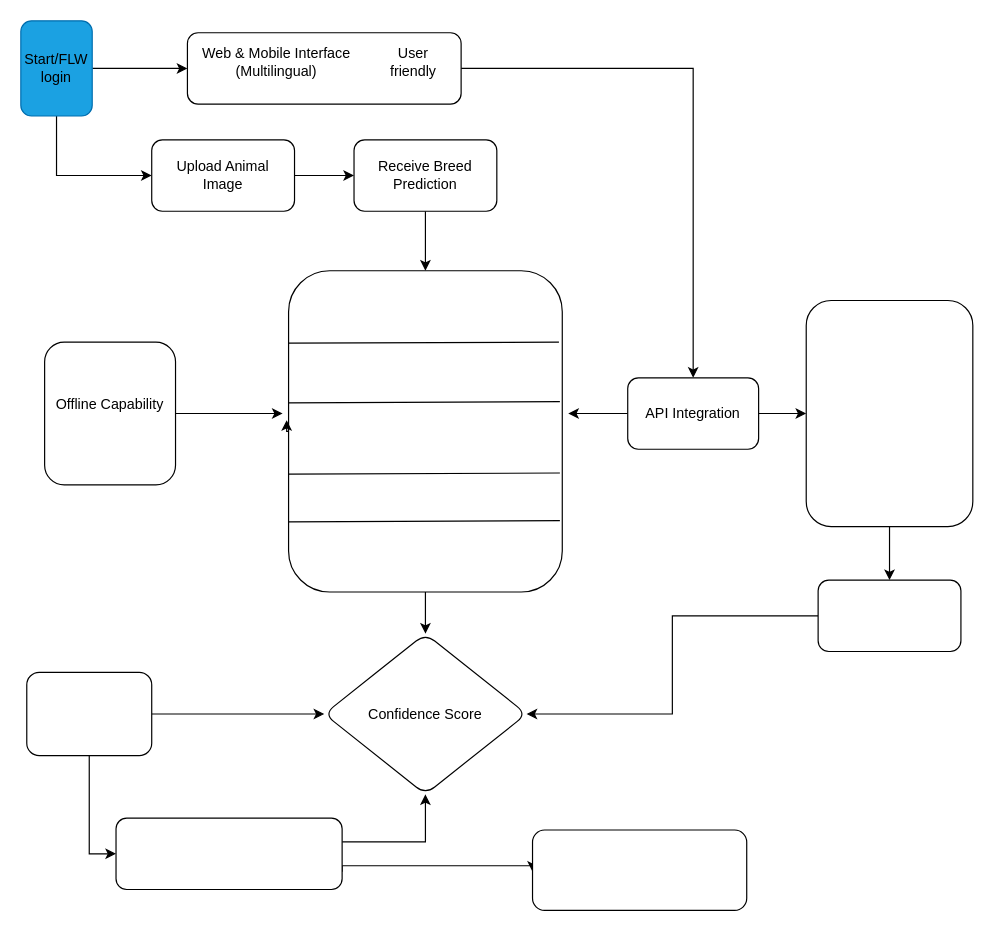
The draw.io diagram Untitled Diagram.drawio in Pradhumnamalviya/cattle-breed-demo, before the edit. Source tidied: cells renumbered, new cells numbered last; positions are measured from the earlier drawing's top-left corner, leaving out a move shared by most shapes. Both pictures are drawn from the tidied source at 119%, with x=0, y=0 at pixel (20, 20).
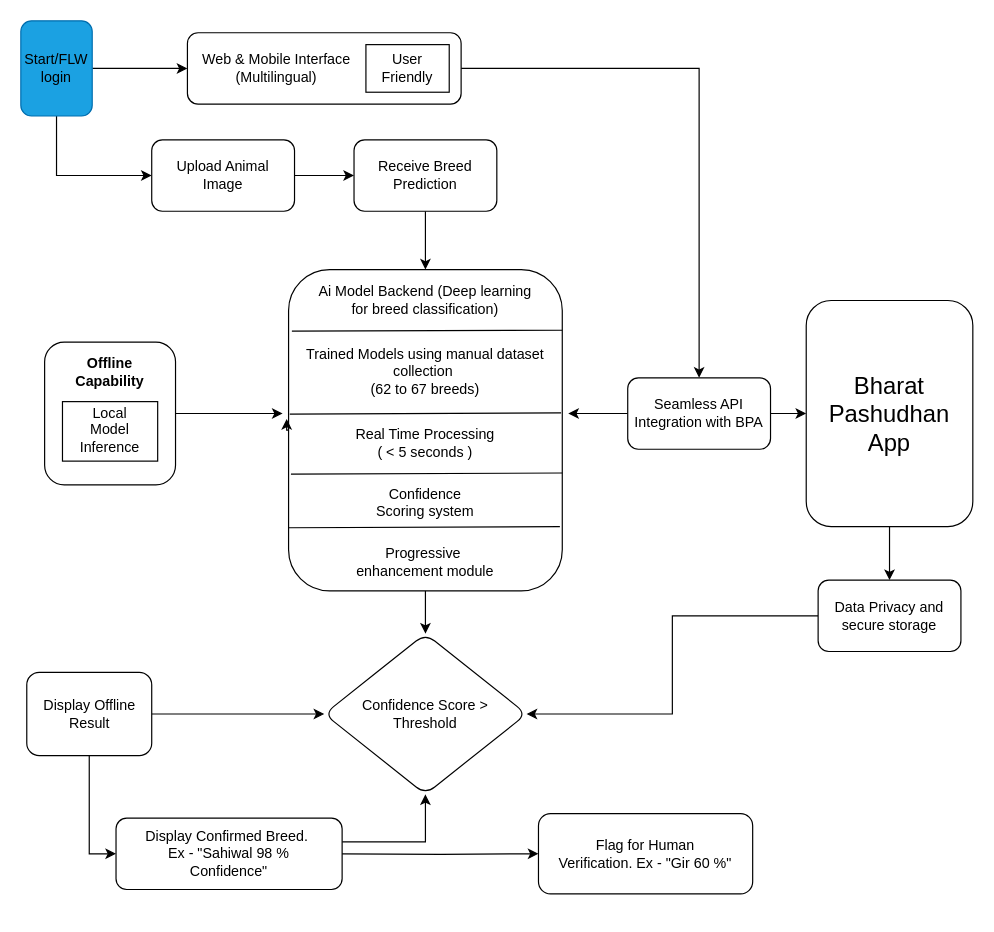
The same diagram, later.

The change refers to these unchanged cells:
```xml
<mxCell id="34" style="rounded=1;whiteSpace=wrap;html=1;" parent="1" vertex="1">
  <mxGeometry x="80" y="670" width="190" height="60" as="geometry" />
</mxCell>
```

What changed in the source:
```diff
@@
-    <mxCell id="9" value="API Integration" style="whiteSpace=wrap;html=1;rounded=1;" parent="1" vertex="1">
-      <mxGeometry x="510" y="300" width="110" height="60" as="geometry" />
+    <mxCell id="9" value="Seamless API Integration with BPA" style="whiteSpace=wrap;html=1;rounded=1;" parent="1" vertex="1">
+      <mxGeometry x="510" y="300" width="120" height="60" as="geometry" />
     </mxCell>
@@
-    <mxCell id="11" style="whiteSpace=wrap;html=1;rounded=1;direction=south;" parent="1" vertex="1">
+    <mxCell id="11" value="&lt;font style=&quot;font-size: 20px;&quot;&gt;Bharat Pashudhan App&lt;/font&gt;" style="whiteSpace=wrap;html=1;rounded=1;direction=south;" parent="1" vertex="1">
       <mxGeometry x="660" y="235" width="140" height="190" as="geometry" />
     </mxCell>
@@
     <mxCell id="17" style="whiteSpace=wrap;html=1;rounded=1;" parent="1" vertex="1">
-      <mxGeometry x="225" y="210" width="230" height="270" as="geometry" />
+      <mxGeometry x="225" y="209" width="230" height="270" as="geometry" />
     </mxCell>
@@
     <mxCell id="20" style="endArrow=none;html=1;rounded=0;entryX=1.003;entryY=0.153;entryDx=0;entryDy=0;entryPerimeter=0;exitX=0.015;exitY=0.156;exitDx=0;exitDy=0;exitPerimeter=0;elbow=vertical;" parent="1" edge="1">
       <mxGeometry relative="1" as="geometry">
-        <mxPoint x="225" y="270.8" as="sourcePoint" />
-        <mxPoint x="452.2" y="270" as="targetPoint" />
+        <mxPoint x="227.8" y="260.8" as="sourcePoint" />
+        <mxPoint x="455" y="260" as="targetPoint" />
       </mxGeometry>
     </mxCell>
     <mxCell id="21" style="endArrow=none;html=1;rounded=0;entryX=1.003;entryY=0.153;entryDx=0;entryDy=0;entryPerimeter=0;exitX=0.015;exitY=0.156;exitDx=0;exitDy=0;exitPerimeter=0;elbow=vertical;" parent="1" edge="1">
       <mxGeometry relative="1" as="geometry">
-        <mxPoint x="225" y="321" as="sourcePoint" />
-        <mxPoint x="453" y="320" as="targetPoint" />
+        <mxPoint x="226" y="330.5" as="sourcePoint" />
+        <mxPoint x="454" y="329.5" as="targetPoint" />
       </mxGeometry>
     </mxCell>
-    <mxCell id="22" style="endArrow=none;html=1;rounded=0;entryX=1.003;entryY=0.153;entryDx=0;entryDy=0;entryPerimeter=0;exitX=0.015;exitY=0.156;exitDx=0;exitDy=0;exitPerimeter=0;elbow=vertical;" parent="1" edge="1">
-      <mxGeometry relative="1" as="geometry">
-        <mxPoint x="225" y="381" as="sourcePoint" />
-        <mxPoint x="453" y="380" as="targetPoint" />
-      </mxGeometry>
-    </mxCell>
     <mxCell id="23" style="endArrow=none;html=1;rounded=0;entryX=1.003;entryY=0.153;entryDx=0;entryDy=0;entryPerimeter=0;exitX=0.015;exitY=0.156;exitDx=0;exitDy=0;exitPerimeter=0;elbow=vertical;" parent="1" edge="1">
       <mxGeometry relative="1" as="geometry">
-        <mxPoint x="225" y="421" as="sourcePoint" />
-        <mxPoint x="453" y="420" as="targetPoint" />
+        <mxPoint x="225" y="426" as="sourcePoint" />
+        <mxPoint x="453" y="425" as="targetPoint" />
       </mxGeometry>
     </mxCell>
@@
-    <mxCell id="25" value="Offline Capability&lt;div&gt;&lt;br&gt;&lt;/div&gt;" style="rounded=1;whiteSpace=wrap;html=1;direction=south;" parent="1" vertex="1">
+    <mxCell id="25" style="rounded=1;whiteSpace=wrap;html=1;direction=south;" parent="1" vertex="1">
       <mxGeometry x="20" y="270" width="110" height="120" as="geometry" />
     </mxCell>
-    <mxCell id="26" value="Confidence Score" style="rhombus;whiteSpace=wrap;html=1;rounded=1;" parent="1" vertex="1">
+    <mxCell id="26" style="rhombus;whiteSpace=wrap;html=1;rounded=1;" parent="1" vertex="1">
       <mxGeometry x="255" y="515" width="170" height="135" as="geometry" />
     </mxCell>
@@
-    <mxCell id="33" style="edgeStyle=orthogonalEdgeStyle;rounded=0;jettySize=auto;html=1;exitX=1;exitY=0.75;exitDx=0;exitDy=0;" parent="1" edge="1" source="34">
-      <mxGeometry relative="1" as="geometry">
-        <mxPoint x="430" y="715.1" as="targetPoint" />
-        <Array as="points">
-          <mxPoint x="270" y="710" />
-          <mxPoint x="430" y="710" />
-        </Array>
-      </mxGeometry>
-    </mxCell>
@@
     <mxCell id="35" style="rounded=1;whiteSpace=wrap;html=1;" parent="1" vertex="1">
-      <mxGeometry x="430" y="680" width="180" height="67.5" as="geometry" />
+      <mxGeometry x="435" y="666.2" width="180" height="67.5" as="geometry" />
     </mxCell>
@@
     <mxCell id="37" value="Web &amp;amp; Mobile Interface (Multilingual)" style="text;html=1;align=center;verticalAlign=middle;whiteSpace=wrap;rounded=0;" parent="1" vertex="1">
-      <mxGeometry x="150" y="20" width="130" height="30" as="geometry" />
+      <mxGeometry x="150" y="25" width="130" height="30" as="geometry" />
     </mxCell>
-    <mxCell id="38" value="User friendly" style="text;html=1;align=center;verticalAlign=middle;whiteSpace=wrap;rounded=0;" parent="1" vertex="1">
-      <mxGeometry x="300" y="20" width="60" height="30" as="geometry" />
-    </mxCell>
@@
+    <mxCell id="41" value="Ai Model Backend (Deep learning for breed classification)" style="text;html=1;align=center;verticalAlign=middle;whiteSpace=wrap;rounded=0;" parent="1" vertex="1">
+      <mxGeometry x="245" y="220" width="190" height="30" as="geometry" />
+    </mxCell>
+    <mxCell id="42" value="Trained Models using manual dataset collection&amp;nbsp;&lt;div&gt;(62 to 67 breeds)&lt;/div&gt;" style="text;html=1;align=center;verticalAlign=middle;whiteSpace=wrap;rounded=0;" parent="1" vertex="1">
+      <mxGeometry x="235" y="280" width="210" height="30" as="geometry" />
+    </mxCell>
+    <mxCell id="43" value="Real Time Processing ( &amp;lt; 5 seconds )" style="text;html=1;align=center;verticalAlign=middle;whiteSpace=wrap;rounded=0;" parent="1" vertex="1">
+      <mxGeometry x="280" y="340" width="120" height="30" as="geometry" />
+    </mxCell>
+    <mxCell id="44" style="endArrow=none;html=1;rounded=0;entryX=1.003;entryY=0.153;entryDx=0;entryDy=0;entryPerimeter=0;exitX=0.015;exitY=0.156;exitDx=0;exitDy=0;exitPerimeter=0;elbow=vertical;" parent="1" edge="1">
+      <mxGeometry relative="1" as="geometry">
+        <mxPoint x="227" y="381" as="sourcePoint" />
+        <mxPoint x="455" y="380" as="targetPoint" />
+      </mxGeometry>
+    </mxCell>
+    <mxCell id="45" value="Confidence Scoring system" style="text;html=1;align=center;verticalAlign=middle;whiteSpace=wrap;rounded=0;" parent="1" vertex="1">
+      <mxGeometry x="290" y="390" width="100" height="30" as="geometry" />
+    </mxCell>
+    <mxCell id="46" value="Progressive&amp;nbsp; enhancement module" style="text;html=1;align=center;verticalAlign=middle;whiteSpace=wrap;rounded=0;" parent="1" vertex="1">
+      <mxGeometry x="280" y="440" width="120" height="30" as="geometry" />
+    </mxCell>
+    <mxCell id="47" style="rounded=0;whiteSpace=wrap;html=1;" parent="1" vertex="1">
+      <mxGeometry x="35" y="320" width="80" height="50" as="geometry" />
+    </mxCell>
+    <mxCell id="48" value="Local Model Inference" style="text;html=1;align=center;verticalAlign=middle;whiteSpace=wrap;rounded=0;" parent="1" vertex="1">
+      <mxGeometry x="45" y="329" width="60" height="30" as="geometry" />
+    </mxCell>
+    <mxCell id="49" value="&lt;b&gt;Offline Capability&lt;/b&gt;" style="text;html=1;align=center;verticalAlign=middle;whiteSpace=wrap;rounded=0;" parent="1" vertex="1">
+      <mxGeometry x="45" y="280" width="60" height="30" as="geometry" />
+    </mxCell>
+    <mxCell id="50" value="Confidence Score &amp;gt; Threshold" style="text;html=1;align=center;verticalAlign=middle;whiteSpace=wrap;rounded=0;" parent="1" vertex="1">
+      <mxGeometry x="280" y="567.5" width="120" height="30" as="geometry" />
+    </mxCell>
+    <mxCell id="51" value="Data Privacy and secure storage" style="text;html=1;align=center;verticalAlign=middle;whiteSpace=wrap;rounded=0;" parent="1" vertex="1">
+      <mxGeometry x="680" y="485" width="100" height="30" as="geometry" />
+    </mxCell>
+    <mxCell id="52" value="Display Offline Result" style="text;html=1;align=center;verticalAlign=middle;whiteSpace=wrap;rounded=0;" parent="1" vertex="1">
+      <mxGeometry x="16.5" y="567.5" width="82" height="30" as="geometry" />
+    </mxCell>
+    <mxCell id="53" style="edgeStyle=orthogonalEdgeStyle;rounded=0;jettySize=auto;html=1;entryX=0;entryY=0.5;entryDx=0;entryDy=0;" parent="1" edge="1" target="35">
+      <mxGeometry relative="1" as="geometry">
+        <mxPoint x="270" y="700" as="sourcePoint" />
+      </mxGeometry>
+    </mxCell>
+    <mxCell id="54" style="rounded=0;whiteSpace=wrap;html=1;" parent="1" vertex="1">
+      <mxGeometry x="290" y="20" width="70" height="40" as="geometry" />
+    </mxCell>
+    <mxCell id="55" value="Display Confirmed Breed.&amp;nbsp;&lt;div&gt;Ex - &quot;Sahiwal 98 % Confidence&quot;&lt;/div&gt;" style="text;html=1;align=center;verticalAlign=middle;whiteSpace=wrap;rounded=0;" parent="1" vertex="1">
+      <mxGeometry x="90" y="677.5" width="170" height="45" as="geometry" />
+    </mxCell>
+    <mxCell id="56" value="Flag for Human Verification. Ex - &quot;Gir 60 %&quot;" style="text;html=1;align=center;verticalAlign=middle;whiteSpace=wrap;rounded=0;" parent="1" vertex="1">
+      <mxGeometry x="450" y="685" width="150" height="30" as="geometry" />
+    </mxCell>
+    <mxCell id="57" value="User Friendly" style="text;html=1;align=center;verticalAlign=middle;whiteSpace=wrap;rounded=0;" parent="1" vertex="1">
+      <mxGeometry x="295" y="25" width="60" height="30" as="geometry" />
+    </mxCell>
```
